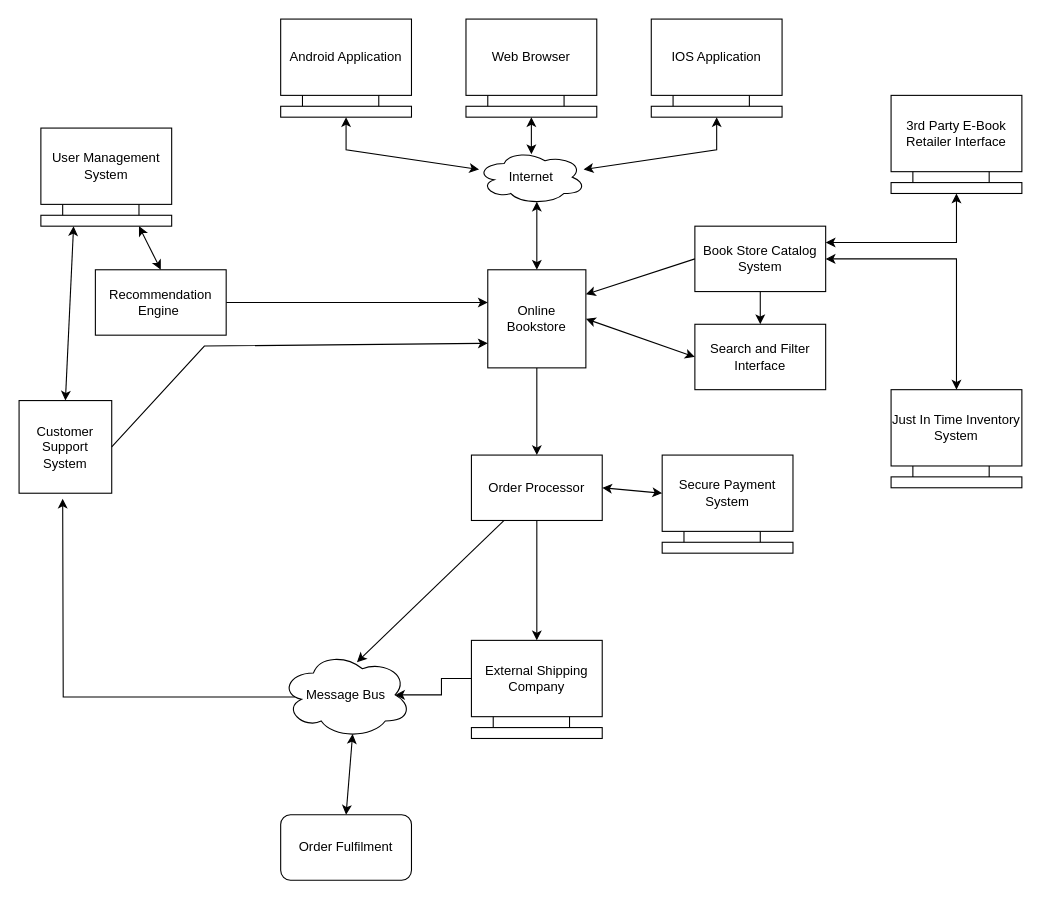
TanHess/Group4-Experimental-Repository keeps this draw.io diagram as Untitled Diagram.drawio. Above is the earlier version. Source tidied: cells renumbered, new cells numbered last; positions are measured from the earlier drawing's top-left corner, leaving out a move shared by most shapes. Both pictures are drawn from the tidied source at 109%, with x=0, y=0 at pixel (19, 19).
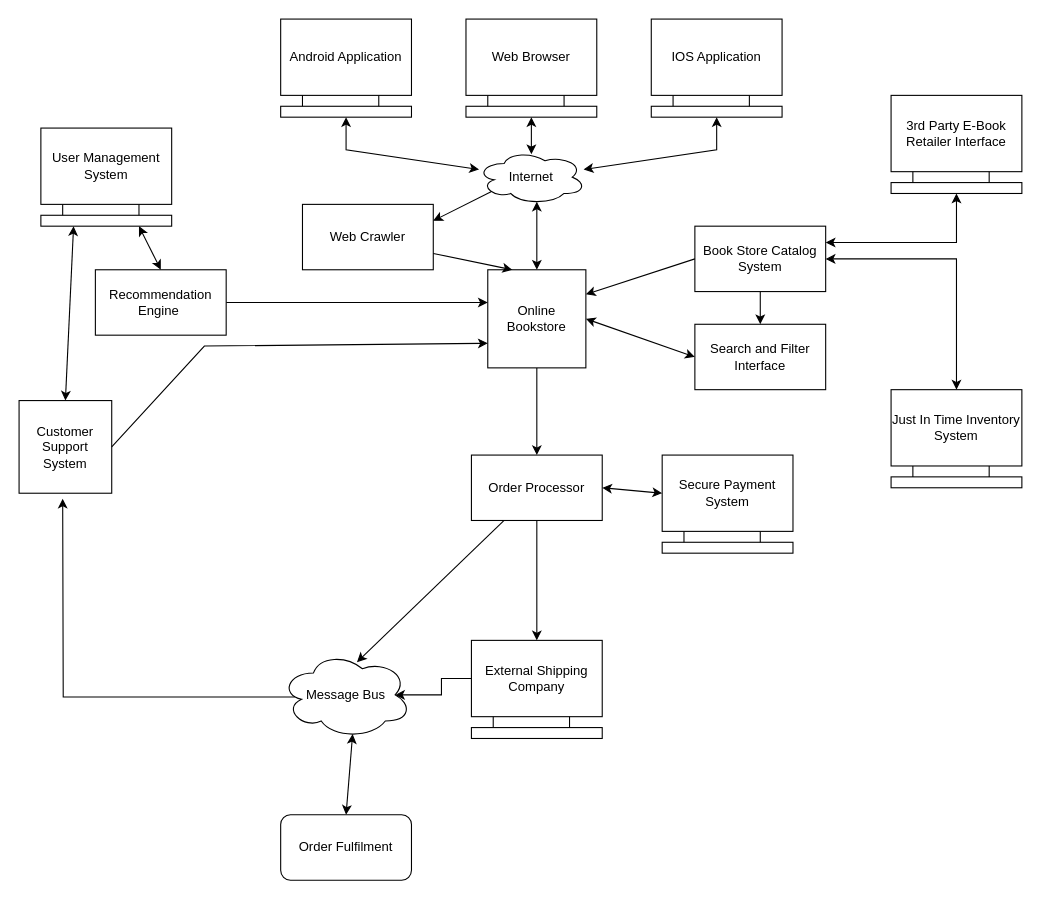
The same page after the edit.

Unchanged cells that the change refers to:
```xml
<mxCell id="13" value="Internet" style="ellipse;shape=cloud;whiteSpace=wrap;html=1;" parent="1" vertex="1">
  <mxGeometry x="420" y="120" width="100" height="50" as="geometry" />
</mxCell>
<mxCell id="32" value="Online Bookstore" style="whiteSpace=wrap;html=1;" parent="1" vertex="1">
  <mxGeometry x="430" y="230" width="90" height="90" as="geometry" />
</mxCell>
```

The edit, as a diff of the source:
```diff
@@
+    <mxCell id="71" value="Web Crawler" style="rounded=0;whiteSpace=wrap;html=1;" parent="1" vertex="1">
+      <mxGeometry x="260" y="170" width="120" height="60" as="geometry" />
+    </mxCell>
+    <mxCell id="72" style="endArrow=classic;html=1;rounded=0;exitX=0.13;exitY=0.77;exitDx=0;exitDy=0;exitPerimeter=0;entryX=1;entryY=0.25;entryDx=0;entryDy=0;" parent="1" edge="1" source="13" target="71">
+      <mxGeometry relative="1" as="geometry" />
+    </mxCell>
+    <mxCell id="73" style="endArrow=classic;html=1;rounded=0;exitX=1;exitY=0.75;exitDx=0;exitDy=0;entryX=0.25;entryY=0;entryDx=0;entryDy=0;" parent="1" edge="1" source="71" target="32">
+      <mxGeometry relative="1" as="geometry" />
+    </mxCell>
```
